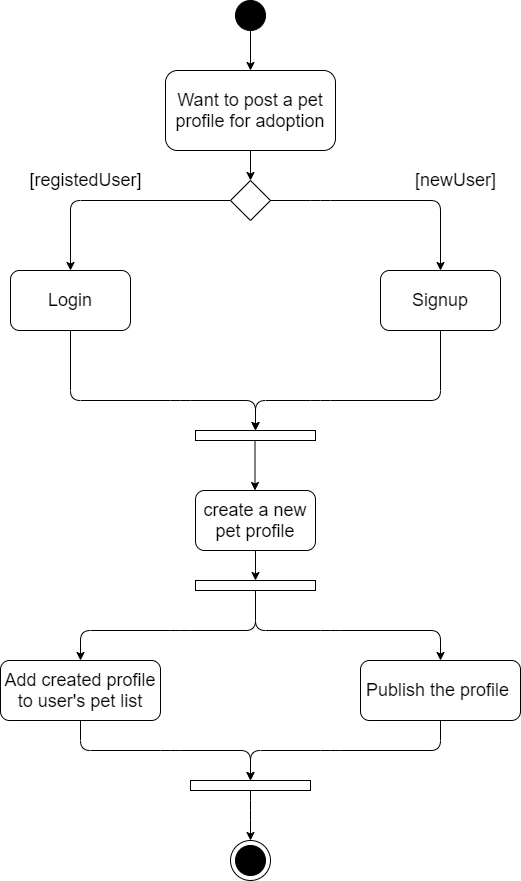
Narimanzk/PetAdoptionApp keeps this draw.io diagram as resources/Create and Post Pet Profile.png. Above is the earlier version. Source tidied: cells renumbered, new cells last; positions are measured from the earlier drawing's top-left corner, leaving out a move shared by most shapes. Source of this version:
```xml
<mxGraphModel>
  <root>
    <mxCell id="0" />
    <mxCell id="1" parent="0" />
    <mxCell id="2" style="edgeStyle=orthogonalEdgeStyle;rounded=0;jettySize=auto;html=1;entryX=0.5;entryY=0;entryDx=0;entryDy=0;fontSize=18;" parent="1" edge="1" source="3" target="5">
      <mxGeometry relative="1" as="geometry" />
    </mxCell>
    <mxCell id="3" style="ellipse;whiteSpace=wrap;html=1;fillColor=#000000;fontSize=18;" parent="1" vertex="1">
      <mxGeometry x="235" width="30" height="30" as="geometry" />
    </mxCell>
    <mxCell id="4" style="edgeStyle=orthogonalEdgeStyle;rounded=0;jettySize=auto;html=1;entryX=0.5;entryY=0;entryDx=0;entryDy=0;fontSize=18;" parent="1" edge="1" source="5" target="11">
      <mxGeometry relative="1" as="geometry" />
    </mxCell>
    <mxCell id="5" value="Want to post a pet profile for adoption" style="rounded=1;whiteSpace=wrap;html=1;fillColor=#FFFFFF;fontSize=18;" parent="1" vertex="1">
      <mxGeometry x="165" y="70" width="170" height="80" as="geometry" />
    </mxCell>
    <mxCell id="6" value="Publish the profile&amp;nbsp;" style="rounded=1;whiteSpace=wrap;html=1;fillColor=#FFFFFF;fontSize=18;" parent="1" vertex="1">
      <mxGeometry x="360" y="660" width="160" height="60" as="geometry" />
    </mxCell>
    <mxCell id="7" style="rounded=0;whiteSpace=wrap;html=1;fillColor=#FFFFFF;fontSize=18;" parent="1" vertex="1">
      <mxGeometry x="195" y="430" width="120" height="10" as="geometry" />
    </mxCell>
    <mxCell id="8" style="endArrow=classic;html=1;exitX=0;exitY=0.5;exitDx=0;exitDy=0;fontSize=18;" parent="1" edge="1" source="11" target="24">
      <mxGeometry relative="1" as="geometry">
        <Array as="points">
          <mxPoint x="70" y="200" />
        </Array>
      </mxGeometry>
    </mxCell>
    <mxCell id="9" style="endArrow=classic;html=1;exitX=0.5;exitY=1;exitDx=0;exitDy=0;entryX=0.5;entryY=0;entryDx=0;entryDy=0;fontSize=18;" parent="1" edge="1" source="27" target="26">
      <mxGeometry relative="1" as="geometry">
        <Array as="points">
          <mxPoint x="255" y="630" />
          <mxPoint x="180" y="630" />
          <mxPoint x="80" y="630" />
        </Array>
      </mxGeometry>
    </mxCell>
    <mxCell id="10" style="endArrow=classic;html=1;exitX=0.5;exitY=1;exitDx=0;exitDy=0;entryX=0.5;entryY=0;entryDx=0;entryDy=0;fontSize=18;" parent="1" edge="1" source="27" target="6">
      <mxGeometry relative="1" as="geometry">
        <Array as="points">
          <mxPoint x="255" y="630" />
          <mxPoint x="330" y="630" />
          <mxPoint x="440" y="630" />
        </Array>
      </mxGeometry>
    </mxCell>
    <mxCell id="11" style="rhombus;whiteSpace=wrap;html=1;fontSize=18;" parent="1" vertex="1">
      <mxGeometry x="230" y="180" width="40" height="40" as="geometry" />
    </mxCell>
    <mxCell id="12" style="endArrow=classic;html=1;exitX=1;exitY=0.5;exitDx=0;exitDy=0;entryX=0.5;entryY=0;entryDx=0;entryDy=0;fontSize=18;" parent="1" edge="1" source="11" target="15">
      <mxGeometry relative="1" as="geometry">
        <Array as="points">
          <mxPoint x="320" y="200" />
          <mxPoint x="440" y="200" />
        </Array>
      </mxGeometry>
    </mxCell>
    <mxCell id="13" value="[newUser]" style="text;html=1;align=center;verticalAlign=middle;fontSize=18;" parent="1" vertex="1">
      <mxGeometry x="405" y="165" width="100" height="30" as="geometry" />
    </mxCell>
    <mxCell id="14" value="[registedUser]" style="text;html=1;align=center;verticalAlign=middle;fontSize=18;" parent="1" vertex="1">
      <mxGeometry x="20" y="165" width="130" height="30" as="geometry" />
    </mxCell>
    <mxCell id="15" value="Signup" style="rounded=1;whiteSpace=wrap;html=1;fontSize=18;" parent="1" vertex="1">
      <mxGeometry x="380" y="270" width="120" height="60" as="geometry" />
    </mxCell>
    <mxCell id="16" style="rounded=0;whiteSpace=wrap;html=1;fillColor=#FFFFFF;fontSize=18;" parent="1" vertex="1">
      <mxGeometry x="190" y="780" width="120" height="10" as="geometry" />
    </mxCell>
    <mxCell id="17" style="endArrow=classic;html=1;exitX=0.5;exitY=1;exitDx=0;exitDy=0;entryX=0.5;entryY=0;entryDx=0;entryDy=0;fontSize=18;" parent="1" edge="1" source="26" target="16">
      <mxGeometry relative="1" as="geometry">
        <Array as="points">
          <mxPoint x="80" y="750" />
          <mxPoint x="170" y="750" />
          <mxPoint x="250" y="750" />
        </Array>
      </mxGeometry>
    </mxCell>
    <mxCell id="18" style="endArrow=classic;html=1;exitX=0.5;exitY=1;exitDx=0;exitDy=0;entryX=0.5;entryY=0;entryDx=0;entryDy=0;fontSize=18;" parent="1" edge="1" source="6" target="16">
      <mxGeometry relative="1" as="geometry">
        <Array as="points">
          <mxPoint x="440" y="750" />
          <mxPoint x="330" y="750" />
          <mxPoint x="250" y="750" />
        </Array>
      </mxGeometry>
    </mxCell>
    <mxCell id="19" style="endArrow=classic;html=1;exitX=0.5;exitY=1;exitDx=0;exitDy=0;fontSize=18;" parent="1" edge="1" source="16" target="22">
      <mxGeometry relative="1" as="geometry">
        <Array as="points">
          <mxPoint x="250" y="810" />
        </Array>
      </mxGeometry>
    </mxCell>
    <mxCell id="20" style="group;fontSize=18;" parent="1" vertex="1">
      <mxGeometry x="230" y="840" width="40" height="40" as="geometry" />
    </mxCell>
    <mxCell id="21" style="ellipse;whiteSpace=wrap;html=1;fillColor=#000000;fontSize=18;" parent="20" vertex="1">
      <mxGeometry x="5" y="5" width="30" height="30" as="geometry" />
    </mxCell>
    <mxCell id="22" style="ellipse;whiteSpace=wrap;html=1;fillColor=none;fontSize=18;" parent="20" vertex="1">
      <mxGeometry width="40" height="40" as="geometry" />
    </mxCell>
    <mxCell id="23" style="endArrow=classic;html=1;exitX=0.5;exitY=1;exitDx=0;exitDy=0;entryX=0.5;entryY=0;entryDx=0;entryDy=0;fontSize=18;" parent="1" edge="1" source="15" target="7">
      <mxGeometry relative="1" as="geometry">
        <Array as="points">
          <mxPoint x="440" y="400" />
          <mxPoint x="320" y="400" />
          <mxPoint x="255" y="400" />
        </Array>
      </mxGeometry>
    </mxCell>
    <mxCell id="24" value="Login" style="rounded=1;whiteSpace=wrap;html=1;fontSize=18;" parent="1" vertex="1">
      <mxGeometry x="10" y="270" width="120" height="60" as="geometry" />
    </mxCell>
    <mxCell id="25" style="endArrow=classic;html=1;exitX=0.5;exitY=1;exitDx=0;exitDy=0;entryX=0.5;entryY=0;entryDx=0;entryDy=0;fontSize=18;" parent="1" edge="1" source="24" target="7">
      <mxGeometry relative="1" as="geometry">
        <Array as="points">
          <mxPoint x="70" y="400" />
          <mxPoint x="180" y="400" />
          <mxPoint x="255" y="400" />
        </Array>
      </mxGeometry>
    </mxCell>
    <mxCell id="26" value="Add created profile to user's pet list" style="rounded=1;whiteSpace=wrap;html=1;fillColor=#FFFFFF;fontSize=18;" parent="1" vertex="1">
      <mxGeometry y="660" width="160" height="60" as="geometry" />
    </mxCell>
    <mxCell id="27" style="rounded=0;whiteSpace=wrap;html=1;fillColor=#FFFFFF;fontSize=18;" parent="1" vertex="1">
      <mxGeometry x="195" y="580" width="120" height="10" as="geometry" />
    </mxCell>
    <mxCell id="28" style="endArrow=classic;html=1;exitX=0.5;exitY=1;exitDx=0;exitDy=0;fontSize=18;" parent="1" edge="1">
      <mxGeometry relative="1" as="geometry">
        <mxPoint x="254.5" y="440" as="sourcePoint" />
        <mxPoint x="254.5" y="490" as="targetPoint" />
      </mxGeometry>
    </mxCell>
    <mxCell id="29" value="create a new pet profile" style="rounded=1;whiteSpace=wrap;html=1;fillColor=#FFFFFF;fontSize=18;" parent="1" vertex="1">
      <mxGeometry x="195" y="490" width="120" height="60" as="geometry" />
    </mxCell>
    <mxCell id="30" style="endArrow=classic;html=1;exitX=0.5;exitY=1;exitDx=0;exitDy=0;entryX=0.5;entryY=0;entryDx=0;entryDy=0;fontSize=18;" parent="1" edge="1" source="29" target="27">
      <mxGeometry relative="1" as="geometry">
        <Array as="points">
          <mxPoint x="255" y="580" />
        </Array>
      </mxGeometry>
    </mxCell>
  </root>
</mxGraphModel>
```
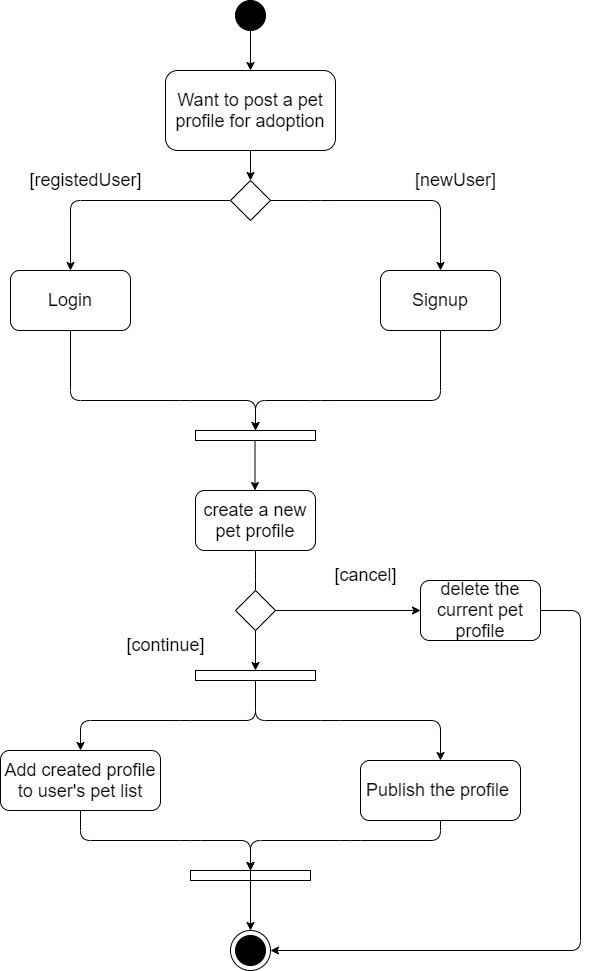
After the commit.

Commit message:
modified current flow diagram

The edit, as a diff of the source:
```diff
@@ -15,7 +15,7 @@
       <mxGeometry x="165" y="70" width="170" height="80" as="geometry" />
     </mxCell>
     <mxCell id="6" value="Publish the profile&amp;nbsp;" style="rounded=1;whiteSpace=wrap;html=1;fillColor=#FFFFFF;fontSize=18;" parent="1" vertex="1">
-      <mxGeometry x="360" y="660" width="160" height="60" as="geometry" />
+      <mxGeometry x="360" y="760" width="160" height="60" as="geometry" />
     </mxCell>
     <mxCell id="7" style="rounded=0;whiteSpace=wrap;html=1;fillColor=#FFFFFF;fontSize=18;" parent="1" vertex="1">
       <mxGeometry x="195" y="430" width="120" height="10" as="geometry" />
@@ -27,24 +27,24 @@
         </Array>
       </mxGeometry>
     </mxCell>
-    <mxCell id="9" style="endArrow=classic;html=1;exitX=0.5;exitY=1;exitDx=0;exitDy=0;entryX=0.5;entryY=0;entryDx=0;entryDy=0;fontSize=18;" parent="1" edge="1" source="27" target="26">
-      <mxGeometry relative="1" as="geometry">
-        <Array as="points">
-          <mxPoint x="255" y="630" />
-          <mxPoint x="180" y="630" />
-          <mxPoint x="80" y="630" />
-        </Array>
-      </mxGeometry>
-    </mxCell>
-    <mxCell id="10" style="endArrow=classic;html=1;exitX=0.5;exitY=1;exitDx=0;exitDy=0;entryX=0.5;entryY=0;entryDx=0;entryDy=0;fontSize=18;" parent="1" edge="1" source="27" target="6">
-      <mxGeometry relative="1" as="geometry">
-        <Array as="points">
-          <mxPoint x="255" y="630" />
-          <mxPoint x="330" y="630" />
-          <mxPoint x="440" y="630" />
-        </Array>
-      </mxGeometry>
-    </mxCell>
+    <mxCell id="31" style="endArrow=classic;html=1;exitX=0.5;exitY=1;exitDx=0;exitDy=0;entryX=0.5;entryY=0;entryDx=0;entryDy=0;fontSize=18;" parent="1" edge="1" source="38" target="26">
+      <mxGeometry relative="1" as="geometry">
+        <Array as="points">
+          <mxPoint x="255" y="720" />
+          <mxPoint x="180" y="720" />
+          <mxPoint x="80" y="720" />
+        </Array>
+      </mxGeometry>
+    </mxCell>
+    <mxCell id="32" style="endArrow=classic;html=1;exitX=0.5;exitY=1;exitDx=0;exitDy=0;entryX=0.5;entryY=0;entryDx=0;entryDy=0;fontSize=18;" parent="1" edge="1" source="38" target="6">
+      <mxGeometry relative="1" as="geometry">
+        <Array as="points">
+          <mxPoint x="255" y="720" />
+          <mxPoint x="330" y="720" />
+          <mxPoint x="440" y="720" />
+        </Array>
+      </mxGeometry>
+    </mxCell>
     <mxCell id="11" style="rhombus;whiteSpace=wrap;html=1;fontSize=18;" parent="1" vertex="1">
       <mxGeometry x="230" y="180" width="40" height="40" as="geometry" />
     </mxCell>
@@ -65,41 +65,41 @@
     <mxCell id="15" value="Signup" style="rounded=1;whiteSpace=wrap;html=1;fontSize=18;" parent="1" vertex="1">
       <mxGeometry x="380" y="270" width="120" height="60" as="geometry" />
     </mxCell>
-    <mxCell id="16" style="rounded=0;whiteSpace=wrap;html=1;fillColor=#FFFFFF;fontSize=18;" parent="1" vertex="1">
-      <mxGeometry x="190" y="780" width="120" height="10" as="geometry" />
-    </mxCell>
-    <mxCell id="17" style="endArrow=classic;html=1;exitX=0.5;exitY=1;exitDx=0;exitDy=0;entryX=0.5;entryY=0;entryDx=0;entryDy=0;fontSize=18;" parent="1" edge="1" source="26" target="16">
-      <mxGeometry relative="1" as="geometry">
-        <Array as="points">
-          <mxPoint x="80" y="750" />
-          <mxPoint x="170" y="750" />
-          <mxPoint x="250" y="750" />
-        </Array>
-      </mxGeometry>
-    </mxCell>
-    <mxCell id="18" style="endArrow=classic;html=1;exitX=0.5;exitY=1;exitDx=0;exitDy=0;entryX=0.5;entryY=0;entryDx=0;entryDy=0;fontSize=18;" parent="1" edge="1" source="6" target="16">
-      <mxGeometry relative="1" as="geometry">
-        <Array as="points">
-          <mxPoint x="440" y="750" />
-          <mxPoint x="330" y="750" />
-          <mxPoint x="250" y="750" />
-        </Array>
-      </mxGeometry>
-    </mxCell>
-    <mxCell id="19" style="endArrow=classic;html=1;exitX=0.5;exitY=1;exitDx=0;exitDy=0;fontSize=18;" parent="1" edge="1" source="16" target="22">
-      <mxGeometry relative="1" as="geometry">
-        <Array as="points">
-          <mxPoint x="250" y="810" />
-        </Array>
-      </mxGeometry>
-    </mxCell>
-    <mxCell id="20" style="group;fontSize=18;" parent="1" vertex="1">
-      <mxGeometry x="230" y="840" width="40" height="40" as="geometry" />
-    </mxCell>
+    <mxCell id="33" style="rounded=0;whiteSpace=wrap;html=1;fillColor=#FFFFFF;fontSize=18;" parent="1" vertex="1">
+      <mxGeometry x="190" y="870" width="120" height="10" as="geometry" />
+    </mxCell>
+    <mxCell id="34" style="endArrow=classic;html=1;exitX=0.5;exitY=1;exitDx=0;exitDy=0;entryX=0.5;entryY=0;entryDx=0;entryDy=0;fontSize=18;" parent="1" edge="1" source="26" target="33">
+      <mxGeometry relative="1" as="geometry">
+        <Array as="points">
+          <mxPoint x="80" y="840" />
+          <mxPoint x="190" y="840" />
+          <mxPoint x="250" y="840" />
+        </Array>
+      </mxGeometry>
+    </mxCell>
+    <mxCell id="35" style="endArrow=classic;html=1;exitX=0.5;exitY=1;exitDx=0;exitDy=0;entryX=0.5;entryY=0;entryDx=0;entryDy=0;fontSize=18;" parent="1" edge="1" source="6" target="33">
+      <mxGeometry relative="1" as="geometry">
+        <Array as="points">
+          <mxPoint x="440" y="840" />
+          <mxPoint x="350" y="840" />
+          <mxPoint x="250" y="840" />
+        </Array>
+      </mxGeometry>
+    </mxCell>
+    <mxCell id="36" style="endArrow=classic;html=1;exitX=0.5;exitY=1;exitDx=0;exitDy=0;fontSize=18;" parent="1" edge="1" source="33" target="22">
+      <mxGeometry relative="1" as="geometry">
+        <Array as="points">
+          <mxPoint x="250" y="850" />
+        </Array>
+      </mxGeometry>
+    </mxCell>
+    <mxCell id="37" style="group;fontSize=18;" parent="1" vertex="1">
+      <mxGeometry x="230" y="930" width="40" height="40" as="geometry" />
+    </mxCell>
-    <mxCell id="21" style="ellipse;whiteSpace=wrap;html=1;fillColor=#000000;fontSize=18;" parent="20" vertex="1">
+    <mxCell id="21" style="ellipse;whiteSpace=wrap;html=1;fillColor=#000000;fontSize=18;" parent="37" vertex="1">
       <mxGeometry x="5" y="5" width="30" height="30" as="geometry" />
     </mxCell>
-    <mxCell id="22" style="ellipse;whiteSpace=wrap;html=1;fillColor=none;fontSize=18;" parent="20" vertex="1">
+    <mxCell id="22" style="ellipse;whiteSpace=wrap;html=1;fillColor=none;fontSize=18;" parent="37" vertex="1">
       <mxGeometry width="40" height="40" as="geometry" />
     </mxCell>
     <mxCell id="23" style="endArrow=classic;html=1;exitX=0.5;exitY=1;exitDx=0;exitDy=0;entryX=0.5;entryY=0;entryDx=0;entryDy=0;fontSize=18;" parent="1" edge="1" source="15" target="7">
@@ -124,26 +124,49 @@
       </mxGeometry>
     </mxCell>
     <mxCell id="26" value="Add created profile to user's pet list" style="rounded=1;whiteSpace=wrap;html=1;fillColor=#FFFFFF;fontSize=18;" parent="1" vertex="1">
-      <mxGeometry y="660" width="160" height="60" as="geometry" />
+      <mxGeometry y="750" width="160" height="60" as="geometry" />
     </mxCell>
-    <mxCell id="27" style="rounded=0;whiteSpace=wrap;html=1;fillColor=#FFFFFF;fontSize=18;" parent="1" vertex="1">
-      <mxGeometry x="195" y="580" width="120" height="10" as="geometry" />
-    </mxCell>
-    <mxCell id="28" style="endArrow=classic;html=1;exitX=0.5;exitY=1;exitDx=0;exitDy=0;fontSize=18;" parent="1" edge="1">
-      <mxGeometry relative="1" as="geometry">
-        <mxPoint x="254.5" y="440" as="sourcePoint" />
-        <mxPoint x="254.5" y="490" as="targetPoint" />
-      </mxGeometry>
-    </mxCell>
+    <mxCell id="38" style="rounded=0;whiteSpace=wrap;html=1;fillColor=#FFFFFF;fontSize=18;" parent="1" vertex="1">
+      <mxGeometry x="195" y="670" width="120" height="10" as="geometry" />
+    </mxCell>
+    <mxCell id="39" style="endArrow=classic;html=1;exitX=0.5;exitY=1;exitDx=0;exitDy=0;fontSize=18;" parent="1" edge="1">
+      <mxGeometry relative="1" as="geometry">
+        <mxPoint x="254.5" y="440" as="sourcePoint" />
+        <mxPoint x="254.5" y="490" as="targetPoint" />
+      </mxGeometry>
+    </mxCell>
     <mxCell id="29" value="create a new pet profile" style="rounded=1;whiteSpace=wrap;html=1;fillColor=#FFFFFF;fontSize=18;" parent="1" vertex="1">
       <mxGeometry x="195" y="490" width="120" height="60" as="geometry" />
     </mxCell>
-    <mxCell id="30" style="endArrow=classic;html=1;exitX=0.5;exitY=1;exitDx=0;exitDy=0;entryX=0.5;entryY=0;entryDx=0;entryDy=0;fontSize=18;" parent="1" edge="1" source="29" target="27">
-      <mxGeometry relative="1" as="geometry">
-        <Array as="points">
-          <mxPoint x="255" y="580" />
-        </Array>
-      </mxGeometry>
-    </mxCell>
+    <mxCell id="40" style="endArrow=classic;html=1;exitX=0.5;exitY=1;exitDx=0;exitDy=0;entryX=0.5;entryY=0;entryDx=0;entryDy=0;fontSize=18;" parent="1" edge="1" source="29" target="38">
+      <mxGeometry relative="1" as="geometry">
+        <Array as="points">
+          <mxPoint x="255" y="580" />
+        </Array>
+      </mxGeometry>
+    </mxCell>
+    <mxCell id="41" style="rhombus;whiteSpace=wrap;html=1;fontSize=18;" parent="1" vertex="1">
+      <mxGeometry x="235" y="590" width="40" height="40" as="geometry" />
+    </mxCell>
+    <mxCell id="42" style="endArrow=classic;html=1;exitX=1;exitY=0.5;exitDx=0;exitDy=0;fontSize=18;entryX=0;entryY=0.5;entryDx=0;entryDy=0;" parent="1" edge="1" source="41" target="45">
+      <mxGeometry relative="1" as="geometry" />
+    </mxCell>
+    <mxCell id="43" value="[continue]" style="text;html=1;align=center;verticalAlign=middle;fontSize=18;" parent="1" vertex="1">
+      <mxGeometry x="120" y="630" width="90" height="30" as="geometry" />
+    </mxCell>
+    <mxCell id="44" value="[cancel]" style="text;html=1;align=center;verticalAlign=middle;fontSize=18;" parent="1" vertex="1">
+      <mxGeometry x="325" y="560" width="80" height="30" as="geometry" />
+    </mxCell>
+    <mxCell id="45" value="delete the current pet profile" style="rounded=1;whiteSpace=wrap;html=1;fillColor=#FFFFFF;fontSize=18;" parent="1" vertex="1">
+      <mxGeometry x="420" y="580" width="120" height="60" as="geometry" />
+    </mxCell>
+    <mxCell id="46" style="endArrow=classic;html=1;exitX=1;exitY=0.5;exitDx=0;exitDy=0;fontSize=18;entryX=1;entryY=0.5;entryDx=0;entryDy=0;" parent="1" edge="1" source="45" target="22">
+      <mxGeometry relative="1" as="geometry">
+        <Array as="points">
+          <mxPoint x="580" y="610" />
+          <mxPoint x="580" y="950" />
+        </Array>
+      </mxGeometry>
+    </mxCell>
   </root>
 </mxGraphModel>
```
